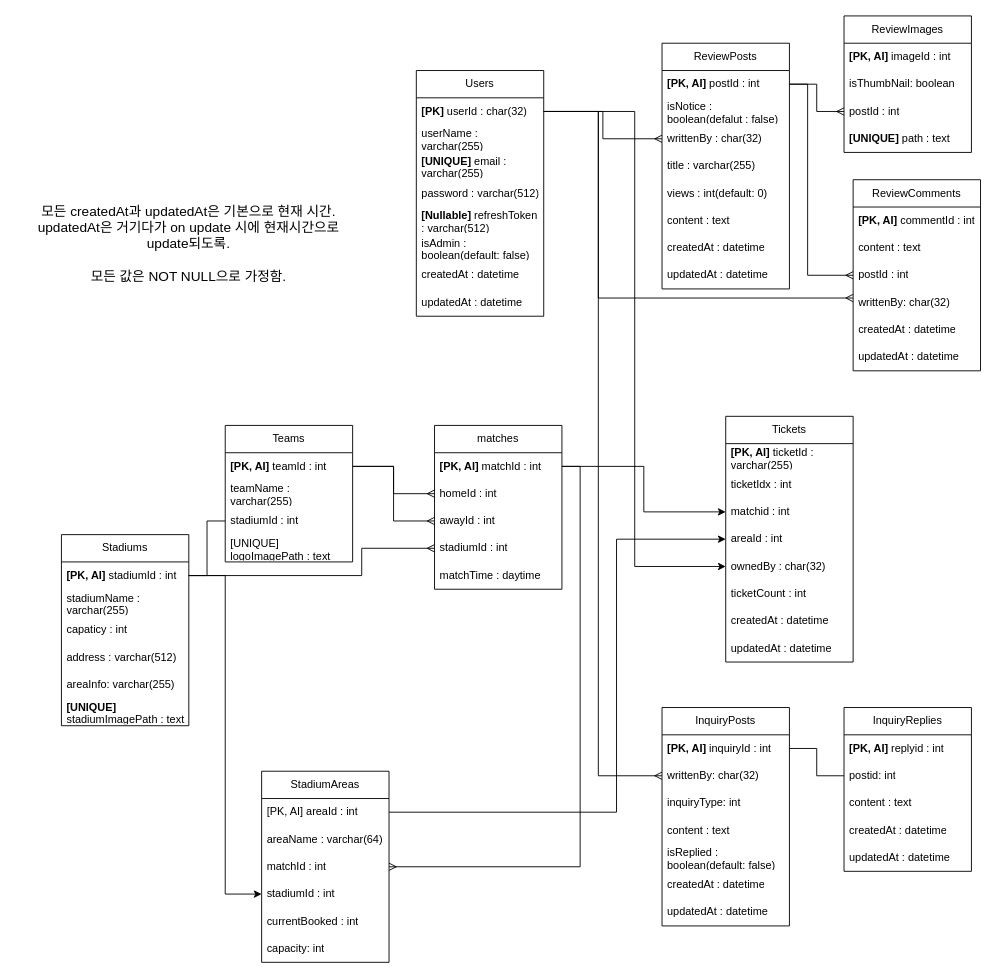
Earlier version of the draw.io diagram 제목 없는 다이어그램.drawio (fudoge/koreaticket-server). Source tidied: cells renumbered, new cells numbered last; positions are measured from the earlier drawing's top-left corner, leaving out a move shared by most shapes. Both pictures are drawn from the tidied source at 91%, with x=0, y=0 at pixel (15, 15).
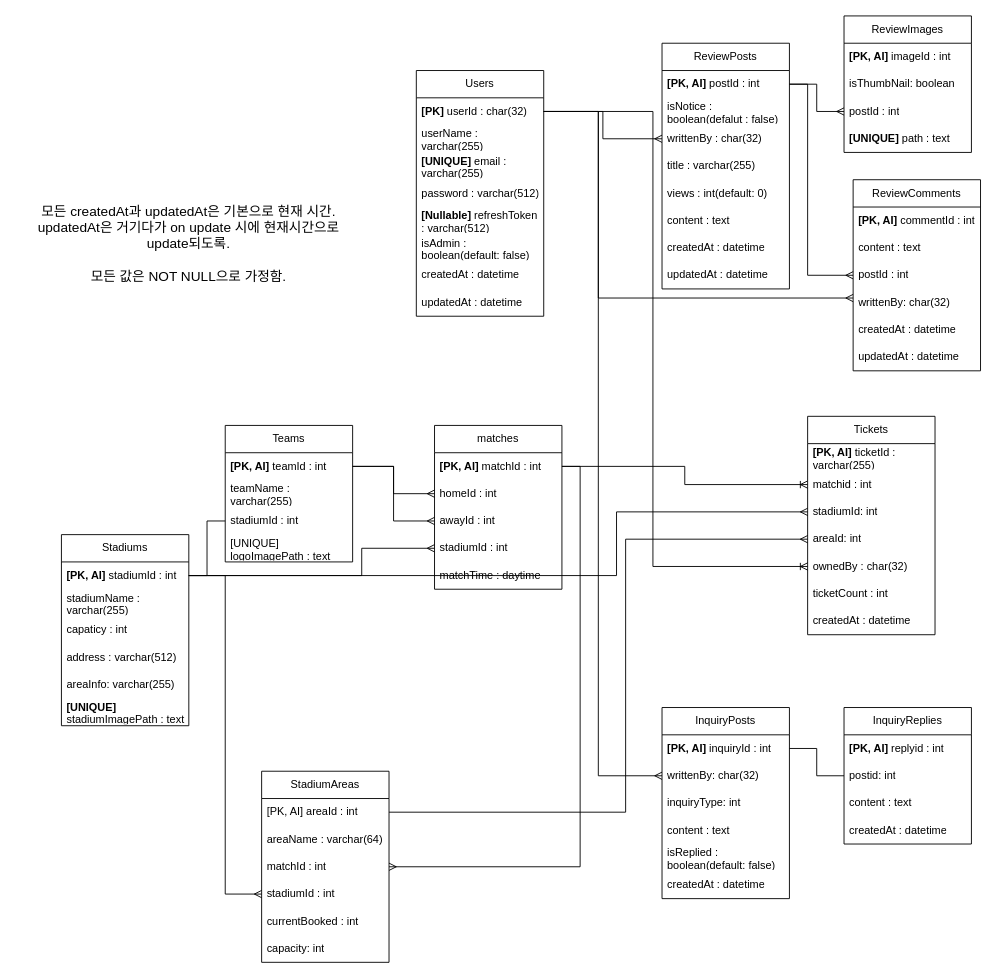
After the change.

Commit message:
ERD: 관계 최종수정

The change refers to these unchanged cells:
```xml
<mxCell id="3" value="&lt;b&gt;[PK]&lt;/b&gt; userId : char(32)" style="text;strokeColor=none;fillColor=none;align=left;verticalAlign=middle;spacingLeft=4;spacingRight=4;overflow=hidden;points=[[0,0.5],[1,0.5]];portConstraint=eastwest;whiteSpace=wrap;html=1;" parent="2" vertex="1">
  <mxGeometry y="30" width="140" height="30" as="geometry" />
</mxCell>
<mxCell id="35" value="ownedBy : char(32)" style="text;strokeColor=none;fillColor=none;align=left;verticalAlign=middle;spacingLeft=4;spacingRight=4;overflow=hidden;points=[[0,0.5],[1,0.5]];portConstraint=eastwest;whiteSpace=wrap;html=1;" parent="30" vertex="1">
  <mxGeometry y="150" width="140" height="30" as="geometry" />
</mxCell>
<mxCell id="40" value="&lt;b&gt;[PK, AI]&lt;/b&gt;&amp;nbsp;matchId : int" style="text;strokeColor=none;fillColor=none;align=left;verticalAlign=middle;spacingLeft=4;spacingRight=4;overflow=hidden;points=[[0,0.5],[1,0.5]];portConstraint=eastwest;whiteSpace=wrap;html=1;" parent="39" vertex="1">
  <mxGeometry y="30" width="140" height="30" as="geometry" />
</mxCell>
<mxCell id="51" value="&lt;b&gt;[PK, AI]&lt;/b&gt; stadiumId : int" style="text;strokeColor=none;fillColor=none;align=left;verticalAlign=middle;spacingLeft=4;spacingRight=4;overflow=hidden;points=[[0,0.5],[1,0.5]];portConstraint=eastwest;whiteSpace=wrap;html=1;" parent="50" vertex="1">
  <mxGeometry y="30" width="140" height="30" as="geometry" />
</mxCell>
<mxCell id="85" value="[PK, AI] areaId : int" style="text;strokeColor=none;fillColor=none;align=left;verticalAlign=middle;spacingLeft=4;spacingRight=4;overflow=hidden;points=[[0,0.5],[1,0.5]];portConstraint=eastwest;whiteSpace=wrap;html=1;" parent="84" vertex="1">
  <mxGeometry y="30" width="140" height="30" as="geometry" />
</mxCell>
<mxCell id="88" value="stadiumId : int" style="text;strokeColor=none;fillColor=none;align=left;verticalAlign=middle;spacingLeft=4;spacingRight=4;overflow=hidden;points=[[0,0.5],[1,0.5]];portConstraint=eastwest;whiteSpace=wrap;html=1;" parent="84" vertex="1">
  <mxGeometry y="120" width="140" height="30" as="geometry" />
</mxCell>
```

What changed in the source:
```diff
@@
     <mxCell id="30" value="Tickets" style="swimlane;fontStyle=0;horizontal=1;startSize=30;whiteSpace=wrap;html=1;" parent="1" vertex="1">
-      <mxGeometry x="780" y="440" width="140" height="270" as="geometry" />
+      <mxGeometry x="870" y="440" width="140" height="240" as="geometry" />
     </mxCell>
@@
-    <mxCell id="32" value="ticketIdx : int" style="text;strokeColor=none;fillColor=none;align=left;verticalAlign=middle;spacingLeft=4;spacingRight=4;overflow=hidden;whiteSpace=wrap;html=1;" parent="30" vertex="1">
-      <mxGeometry y="60" width="140" height="30" as="geometry" />
-    </mxCell>
     <mxCell id="33" value="matchid : int" style="text;strokeColor=none;fillColor=none;align=left;verticalAlign=middle;spacingLeft=4;spacingRight=4;overflow=hidden;points=[[0,0.5],[1,0.5]];portConstraint=eastwest;whiteSpace=wrap;html=1;" parent="30" vertex="1">
-      <mxGeometry y="90" width="140" height="30" as="geometry" />
+      <mxGeometry y="60" width="140" height="30" as="geometry" />
     </mxCell>
+    <mxCell id="36" value="stadiumId: int" style="text;strokeColor=none;fillColor=none;align=left;verticalAlign=middle;spacingLeft=4;spacingRight=4;overflow=hidden;points=[[0,0.5],[1,0.5]];portConstraint=eastwest;whiteSpace=wrap;html=1;" parent="30" vertex="1">
+      <mxGeometry y="90" width="140" height="30" as="geometry" />
+    </mxCell>
-    <mxCell id="34" value="areaId : int" style="text;strokeColor=none;fillColor=none;align=left;verticalAlign=middle;spacingLeft=4;spacingRight=4;overflow=hidden;points=[[0,0.5],[1,0.5]];portConstraint=eastwest;whiteSpace=wrap;html=1;" parent="30" vertex="1">
+    <mxCell id="34" value="areaId: int" style="text;strokeColor=none;fillColor=none;align=left;verticalAlign=middle;spacingLeft=4;spacingRight=4;overflow=hidden;points=[[0,0.5],[1,0.5]];portConstraint=eastwest;whiteSpace=wrap;html=1;" parent="30" vertex="1">
       <mxGeometry y="120" width="140" height="30" as="geometry" />
     </mxCell>
@@
-    <mxCell id="36" value="ticketCount : int" style="text;strokeColor=none;fillColor=none;align=left;verticalAlign=middle;spacingLeft=4;spacingRight=4;overflow=hidden;points=[[0,0.5],[1,0.5]];portConstraint=eastwest;whiteSpace=wrap;html=1;" parent="30" vertex="1">
-      <mxGeometry y="180" width="140" height="30" as="geometry" />
-    </mxCell>
+    <mxCell id="96" value="ticketCount : int" style="text;strokeColor=none;fillColor=none;align=left;verticalAlign=middle;spacingLeft=4;spacingRight=4;overflow=hidden;whiteSpace=wrap;html=1;" parent="30" vertex="1">
+      <mxGeometry y="180" width="140" height="30" as="geometry" />
+    </mxCell>
@@
-    <mxCell id="38" value="updatedAt : datetime" style="text;strokeColor=none;fillColor=none;align=left;verticalAlign=middle;spacingLeft=4;spacingRight=4;overflow=hidden;whiteSpace=wrap;html=1;" parent="30" vertex="1">
-      <mxGeometry y="240" width="140" height="30" as="geometry" />
-    </mxCell>
@@
     <mxCell id="60" value="InquiryPosts" style="swimlane;fontStyle=0;horizontal=1;startSize=30;whiteSpace=wrap;html=1;" parent="1" vertex="1">
-      <mxGeometry x="710" y="760" width="140" height="240" as="geometry" />
+      <mxGeometry x="710" y="760" width="140" height="210" as="geometry" />
     </mxCell>
@@
-    <mxCell id="67" value="updatedAt : datetime" style="text;strokeColor=none;fillColor=none;align=left;verticalAlign=middle;spacingLeft=4;spacingRight=4;overflow=hidden;whiteSpace=wrap;html=1;" parent="60" vertex="1">
-      <mxGeometry y="210" width="140" height="30" as="geometry" />
-    </mxCell>
     <mxCell id="68" value="InquiryReplies" style="swimlane;fontStyle=0;horizontal=1;startSize=30;whiteSpace=wrap;html=1;" parent="1" vertex="1">
-      <mxGeometry x="910" y="760" width="140" height="180" as="geometry" />
+      <mxGeometry x="910" y="760" width="140" height="150" as="geometry" />
     </mxCell>
@@
-    <mxCell id="73" value="updatedAt : datetime" style="text;strokeColor=none;fillColor=none;align=left;verticalAlign=middle;spacingLeft=4;spacingRight=4;overflow=hidden;whiteSpace=wrap;html=1;" parent="68" vertex="1">
-      <mxGeometry y="150" width="140" height="30" as="geometry" />
-    </mxCell>
@@
-    <mxCell id="92" style="edgeStyle=orthogonalEdgeStyle;rounded=0;jettySize=auto;html=1;exitX=1;exitY=0.5;exitDx=0;exitDy=0;entryX=0;entryY=0.5;entryDx=0;entryDy=0;" parent="1" edge="1" source="40" target="33">
+    <mxCell id="92" style="edgeStyle=orthogonalEdgeStyle;rounded=0;jettySize=auto;html=1;exitX=1;exitY=0.5;exitDx=0;exitDy=0;entryX=0;entryY=0.5;entryDx=0;entryDy=0;endArrow=ERoneToMany;endFill=0;" parent="1" edge="1" source="40" target="33">
       <mxGeometry relative="1" as="geometry" />
     </mxCell>
-    <mxCell id="93" style="edgeStyle=orthogonalEdgeStyle;rounded=0;jettySize=auto;html=1;exitX=1;exitY=0.5;exitDx=0;exitDy=0;entryX=0;entryY=0.5;entryDx=0;entryDy=0;" parent="1" edge="1" source="3" target="35">
-      <mxGeometry relative="1" as="geometry" />
+    <mxCell id="93" style="edgeStyle=orthogonalEdgeStyle;rounded=0;jettySize=auto;html=1;exitX=1;exitY=0.5;exitDx=0;exitDy=0;entryX=0;entryY=0.5;entryDx=0;entryDy=0;endArrow=ERoneToMany;endFill=0;" parent="1" edge="1" source="3" target="35">
+      <mxGeometry relative="1" as="geometry">
+        <Array as="points">
+          <mxPoint x="700" y="105" />
+          <mxPoint x="700" y="605" />
+        </Array>
+      </mxGeometry>
     </mxCell>
+    <mxCell id="95" style="edgeStyle=orthogonalEdgeStyle;rounded=0;jettySize=auto;html=1;exitX=1;exitY=0.5;exitDx=0;exitDy=0;entryX=0;entryY=0.5;entryDx=0;entryDy=0;endArrow=ERmany;endFill=0;" parent="1" edge="1" source="51" target="88">
+      <mxGeometry relative="1" as="geometry" />
+    </mxCell>
-    <mxCell id="94" style="edgeStyle=orthogonalEdgeStyle;rounded=0;jettySize=auto;html=1;exitX=1;exitY=0.5;exitDx=0;exitDy=0;entryX=0;entryY=0.5;entryDx=0;entryDy=0;" parent="1" edge="1" source="85" target="34">
+    <mxCell id="94" style="edgeStyle=orthogonalEdgeStyle;rounded=0;jettySize=auto;html=1;exitX=1;exitY=0.5;exitDx=0;exitDy=0;entryX=0;entryY=0.5;entryDx=0;entryDy=0;endArrow=ERmany;endFill=0;" parent="1" edge="1" source="85" target="34">
       <mxGeometry relative="1" as="geometry">
         <Array as="points">
-          <mxPoint x="660" y="875" />
-          <mxPoint x="660" y="575" />
+          <mxPoint x="670" y="875" />
+          <mxPoint x="670" y="575" />
         </Array>
       </mxGeometry>
     </mxCell>
-    <mxCell id="95" style="edgeStyle=orthogonalEdgeStyle;rounded=0;jettySize=auto;html=1;exitX=1;exitY=0.5;exitDx=0;exitDy=0;entryX=0;entryY=0.5;entryDx=0;entryDy=0;" parent="1" edge="1" source="51" target="88">
-      <mxGeometry relative="1" as="geometry" />
-    </mxCell>
+    <mxCell id="97" style="edgeStyle=orthogonalEdgeStyle;rounded=0;jettySize=auto;html=1;exitX=1;exitY=0.5;exitDx=0;exitDy=0;entryX=0;entryY=0.5;entryDx=0;entryDy=0;endArrow=ERmany;endFill=0;" parent="1" edge="1" source="51" target="36">
+      <mxGeometry relative="1" as="geometry">
+        <Array as="points">
+          <mxPoint x="660" y="615" />
+          <mxPoint x="660" y="545" />
+        </Array>
+      </mxGeometry>
+    </mxCell>
```
